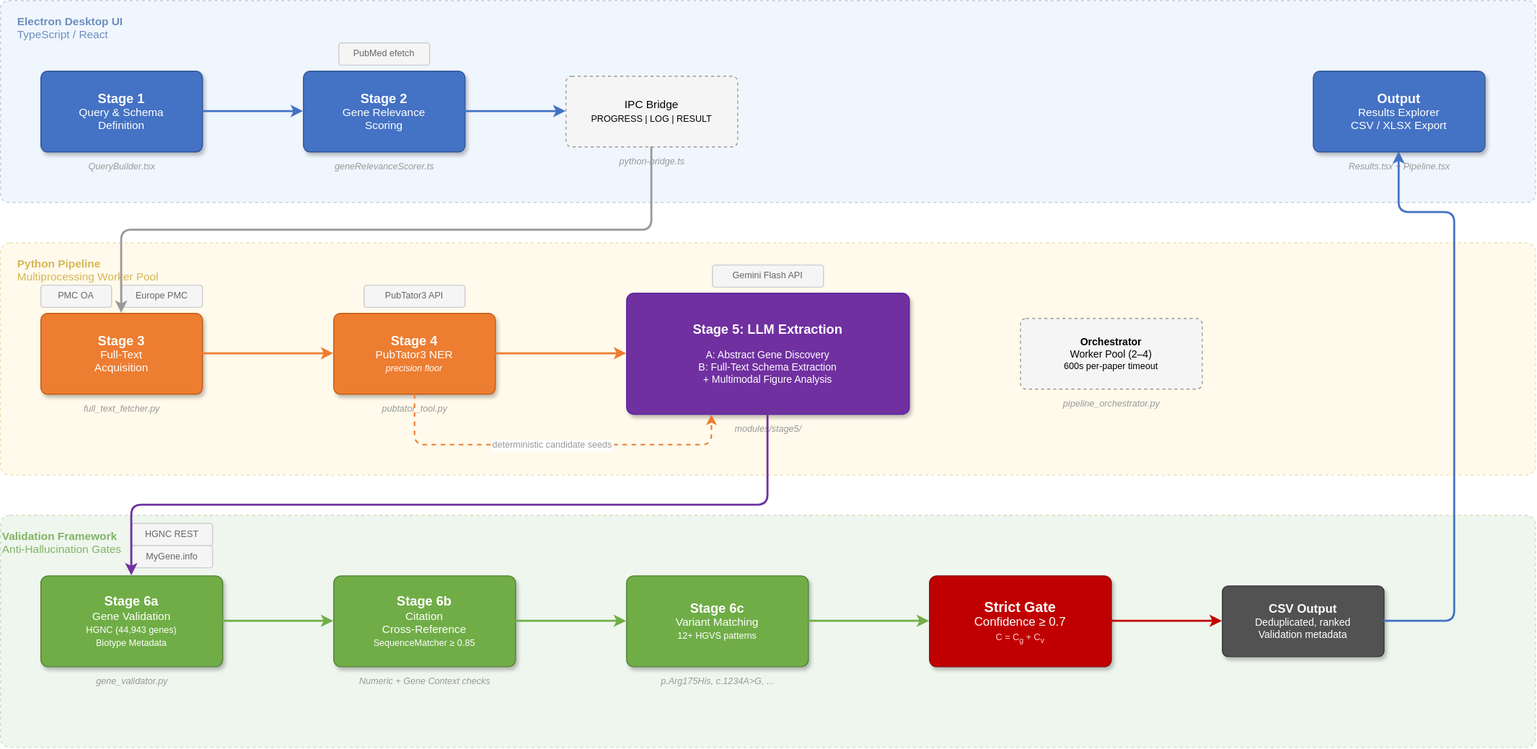
The draw.io diagram publication/figures/architecture_diagram.drawio.svg in michaluppal/Researchshop-Disease2Gene, before a commit. Source tidied: cells renumbered, new cells last; positions are measured from the earlier drawing's top-left corner, leaving out a move shared by most shapes.
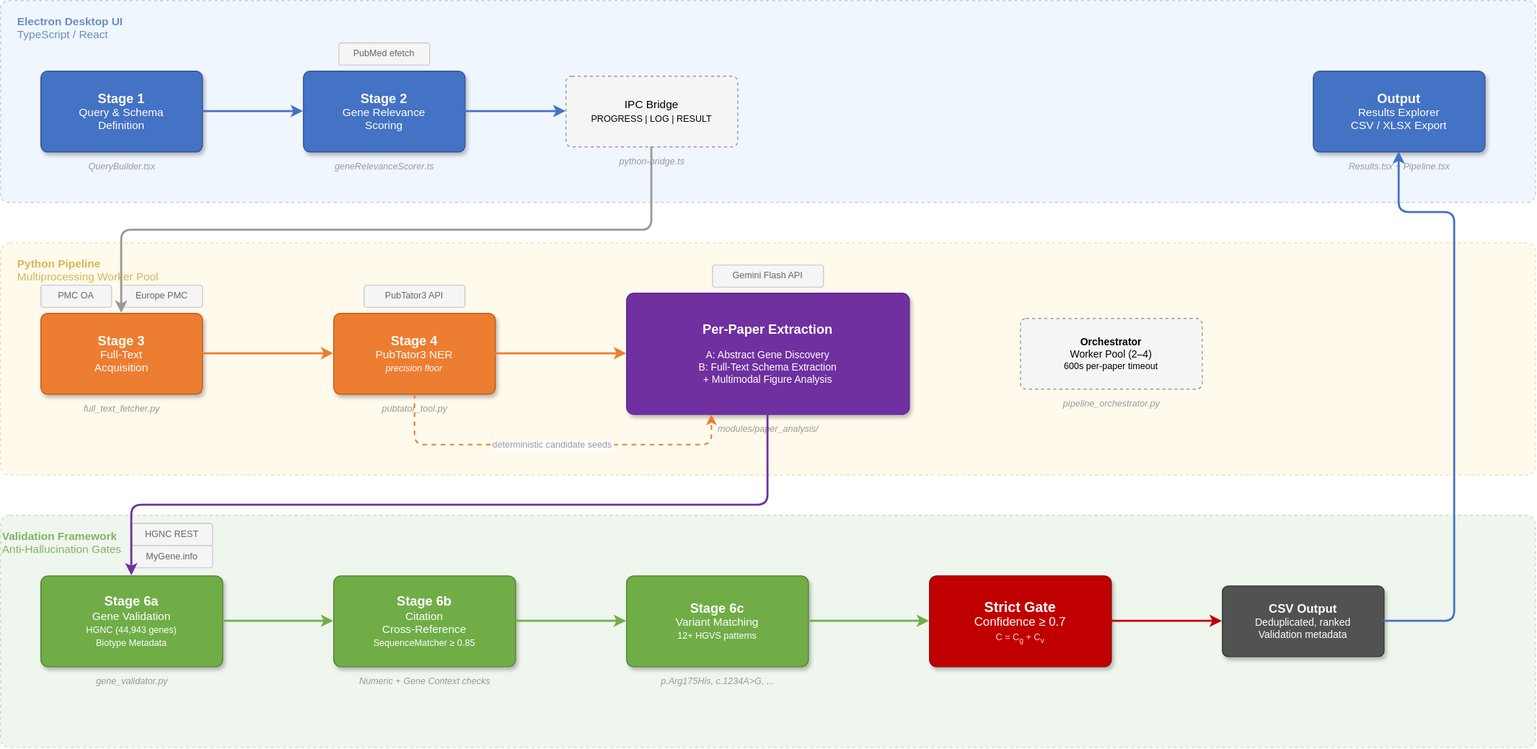
After the commit.

What changed in the source:
```diff
@@ -68,10 +68,10 @@
     <mxCell id="23" value="PubTator3 API" style="rounded=1;whiteSpace=wrap;html=1;fillColor=#f5f5f5;strokeColor=#cccccc;fontSize=9;fontColor=#666666;arcSize=12;" parent="1" vertex="1">
       <mxGeometry x="360" y="282" width="100" height="22" as="geometry" />
     </mxCell>
-    <mxCell id="24" value="&lt;b style=&quot;font-size:13px&quot;&gt;Stage 5: LLM Extraction&lt;/b&gt;&lt;br&gt;&lt;br&gt;A: Abstract Gene Discovery&lt;br&gt;B: Full-Text Schema Extraction&lt;br&gt;+ Multimodal Figure Analysis" style="rounded=1;whiteSpace=wrap;html=1;fillColor=#7030A0;fontColor=#ffffff;strokeColor=#5B259F;fontSize=10;arcSize=6;shadow=1;" parent="1" vertex="1">
+    <mxCell id="24" value="&lt;b style=&quot;font-size:13px&quot;&gt;Per-Paper Extraction&lt;/b&gt;&lt;br&gt;&lt;br&gt;A: Abstract Gene Discovery&lt;br&gt;B: Full-Text Schema Extraction&lt;br&gt;+ Multimodal Figure Analysis" style="rounded=1;whiteSpace=wrap;html=1;fillColor=#7030A0;fontColor=#ffffff;strokeColor=#5B259F;fontSize=10;arcSize=6;shadow=1;" parent="1" vertex="1">
       <mxGeometry x="620" y="290" width="280" height="120" as="geometry" />
     </mxCell>
-    <mxCell id="25" value="modules/stage5/" style="text;html=1;fontSize=9;fontColor=#999999;fontStyle=2;align=center;" parent="1" vertex="1">
+    <mxCell id="25" value="modules/paper_analysis/" style="text;html=1;fontSize=9;fontColor=#999999;fontStyle=2;align=center;" parent="1" vertex="1">
       <mxGeometry x="620" y="413" width="280" height="20" as="geometry" />
     </mxCell>
     <mxCell id="26" value="Gemini Flash API" style="rounded=1;whiteSpace=wrap;html=1;fillColor=#f5f5f5;strokeColor=#cccccc;fontSize=9;fontColor=#666666;arcSize=12;" parent="1" vertex="1">
```
